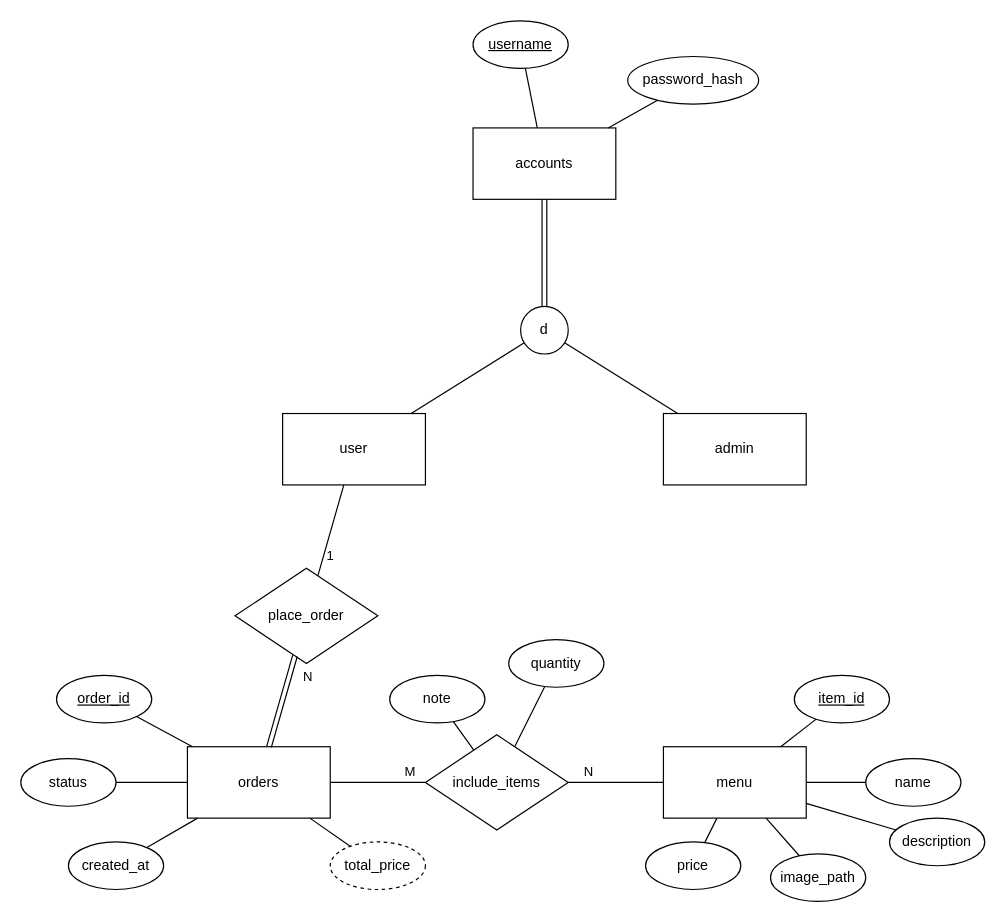
phuongwhuynh/BanhMe keeps this draw.io diagram as banhmi_erd.drawio. Above is the earlier version. Source tidied: cells renumbered, new cells numbered last; positions are measured from the earlier drawing's top-left corner, leaving out a move shared by most shapes. Both pictures are drawn from the tidied source at 119%, with x=0, y=0 at pixel (20, 20).
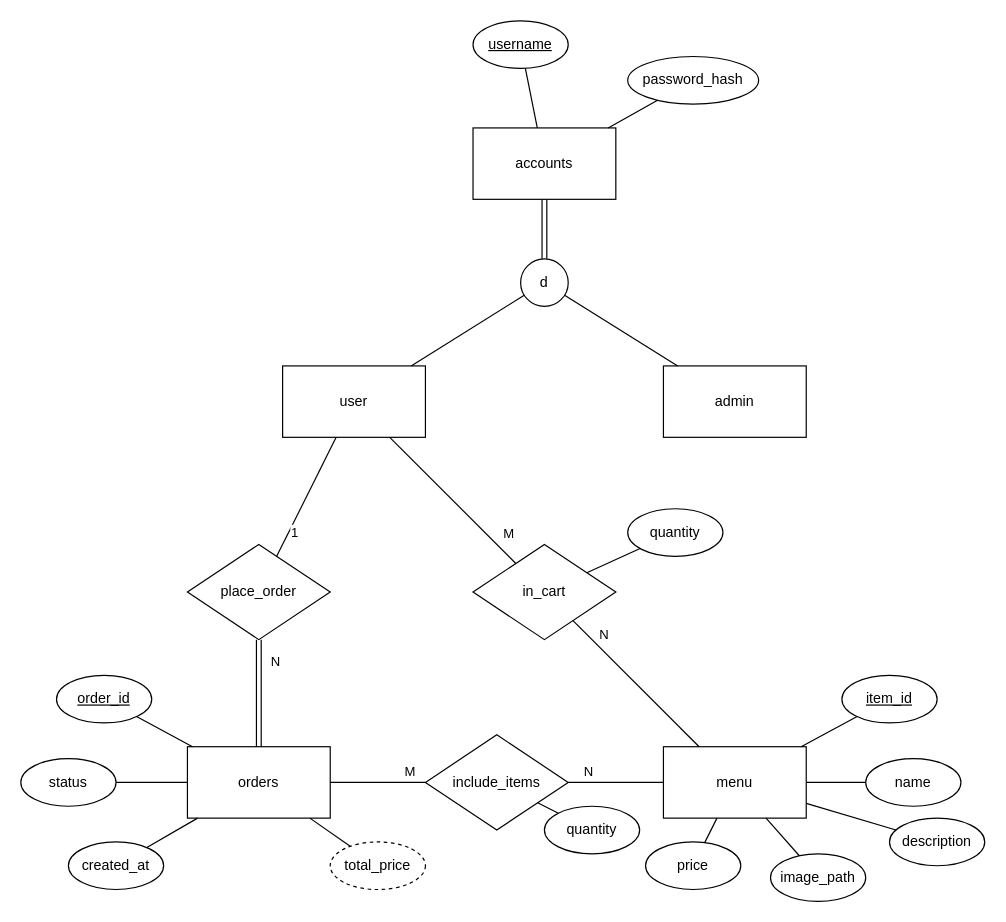
The same page after the edit.

Unchanged cells that the change refers to:
```xml
<mxCell id="10" value="menu" style="rounded=0;whiteSpace=wrap;html=1;" parent="1" vertex="1">
  <mxGeometry x="540" y="610" width="120" height="60" as="geometry" />
</mxCell>
<mxCell id="11" value="include_items" style="rhombus;whiteSpace=wrap;html=1;" parent="1" vertex="1">
  <mxGeometry x="340" y="600" width="120" height="80" as="geometry" />
</mxCell>
```

The edit, as a diff of the source:
```diff
@@
     <mxCell id="3" value="d" style="ellipse;whiteSpace=wrap;html=1;" parent="1" vertex="1">
-      <mxGeometry x="420" y="240" width="40" height="40" as="geometry" />
+      <mxGeometry x="420" y="200" width="40" height="40" as="geometry" />
     </mxCell>
@@
     <mxCell id="5" value="user" style="rounded=0;whiteSpace=wrap;html=1;" parent="1" vertex="1">
-      <mxGeometry x="220" y="330" width="120" height="60" as="geometry" />
+      <mxGeometry x="220" y="290" width="120" height="60" as="geometry" />
     </mxCell>
     <mxCell id="6" value="admin" style="rounded=0;whiteSpace=wrap;html=1;" parent="1" vertex="1">
-      <mxGeometry x="540" y="330" width="120" height="60" as="geometry" />
+      <mxGeometry x="540" y="290" width="120" height="60" as="geometry" />
     </mxCell>
@@
     <mxCell id="16" value="place_order" style="rhombus;whiteSpace=wrap;html=1;" parent="1" vertex="1">
-      <mxGeometry x="180" y="460" width="120" height="80" as="geometry" />
+      <mxGeometry x="140" y="440" width="120" height="80" as="geometry" />
     </mxCell>
@@
     <mxCell id="25" value="quantity" style="ellipse;whiteSpace=wrap;html=1;" parent="1" vertex="1">
-      <mxGeometry x="410" y="520" width="80" height="40" as="geometry" />
+      <mxGeometry x="440" y="660" width="80" height="40" as="geometry" />
     </mxCell>
@@
     <mxCell id="27" value="&lt;u&gt;item_id&lt;/u&gt;" style="ellipse;whiteSpace=wrap;html=1;" parent="1" vertex="1">
-      <mxGeometry x="650" y="550" width="80" height="40" as="geometry" />
+      <mxGeometry x="690" y="550" width="80" height="40" as="geometry" />
     </mxCell>
@@
-    <mxCell id="31" value="note" style="ellipse;whiteSpace=wrap;html=1;" parent="1" vertex="1">
-      <mxGeometry x="310" y="550" width="80" height="40" as="geometry" />
-    </mxCell>
-    <mxCell id="32" style="endArrow=none;html=1;rounded=0;" parent="1" edge="1" source="11" target="31">
-      <mxGeometry relative="1" as="geometry" />
-    </mxCell>
@@
+    <mxCell id="47" style="endArrow=none;html=1;rounded=0;" parent="1" edge="1" source="49" target="5">
+      <mxGeometry relative="1" as="geometry" />
+    </mxCell>
+    <mxCell id="48" value="M" style="edgeLabel;html=1;align=center;verticalAlign=middle;" parent="47" vertex="1">
+      <mxGeometry x="-0.62" y="2" relative="1" as="geometry">
+        <mxPoint x="15" y="-7" as="offset" />
+      </mxGeometry>
+    </mxCell>
+    <mxCell id="49" value="in_cart" style="rhombus;whiteSpace=wrap;html=1;" parent="1" vertex="1">
+      <mxGeometry x="380" y="440" width="120" height="80" as="geometry" />
+    </mxCell>
+    <mxCell id="50" style="endArrow=none;html=1;rounded=0;" parent="1" edge="1" source="10" target="49">
+      <mxGeometry relative="1" as="geometry" />
+    </mxCell>
+    <mxCell id="51" value="N" style="edgeLabel;html=1;align=center;verticalAlign=middle;" parent="50" vertex="1">
+      <mxGeometry x="0.76" y="-1" relative="1" as="geometry">
+        <mxPoint x="12" as="offset" />
+      </mxGeometry>
+    </mxCell>
+    <mxCell id="52" value="quantity" style="ellipse;whiteSpace=wrap;html=1;" parent="1" vertex="1">
+      <mxGeometry x="510" y="410" width="80" height="40" as="geometry" />
+    </mxCell>
+    <mxCell id="53" style="endArrow=none;html=1;rounded=0;" parent="1" edge="1" source="49" target="52">
+      <mxGeometry relative="1" as="geometry" />
+    </mxCell>
```
